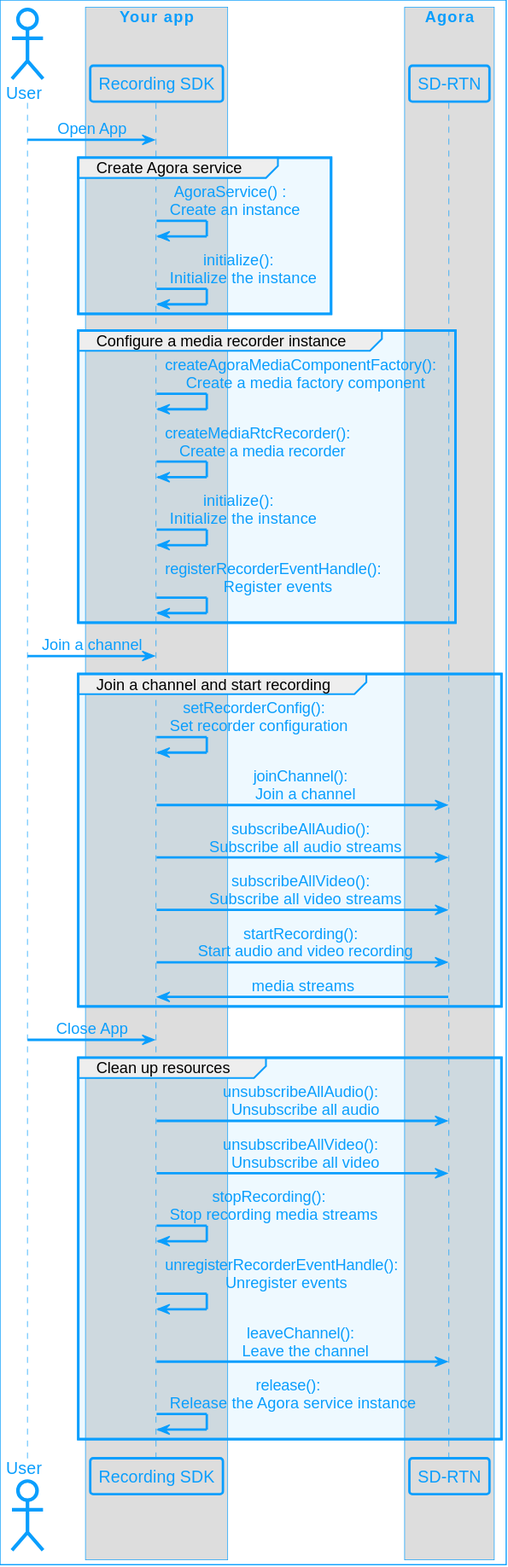
Above: assets/images/on-premise-recording/on-premise-recording-quickstart-logic-cpp.svg in AgoraIO/Docs-Source (PlantUML), before the change. The source it was exported from:
```plantuml
@startuml
!include agora_skin.iuml

actor "User" as USR

box "Your app"
participant "Recording SDK" as APP
end box

box "Agora"
participant "SD-RTN" as API
end box

USR -> APP: Open App

group Create Agora service
APP -> APP: AgoraService() : \n Create an instance
APP -> APP: initialize(): \n Initialize the instance
end

group Configure a media recorder instance
APP -> APP: createAgoraMediaComponentFactory(): \n Create a media factory component
APP -> APP: createMediaRtcRecorder(): \n Create a media recorder
APP -> APP: initialize(): \n Initialize the instance
APP -> APP: registerRecorderEventHandle(): \n Register events
end

USR -> APP: Join a channel

group Join a channel and start recording
APP -> APP: setRecorderConfig(): \n Set recorder configuration
APP -> API: joinChannel(): \n Join a channel
APP -> API: subscribeAllAudio(): \n Subscribe all audio streams
APP -> API: subscribeAllVideo(): \n Subscribe all video streams
APP -> API: startRecording(): \n Start audio and video recording
API -> APP: media streams
end

USR -> APP: Close App

group Clean up resources
APP -> API: unsubscribeAllAudio(): \n Unsubscribe all audio
APP -> API: unsubscribeAllVideo(): \n Unsubscribe all video
APP -> APP: stopRecording(): \n Stop recording media streams
APP -> APP: unregisterRecorderEventHandle(): \n Unregister events
APP -> API: leaveChannel(): \n Leave the channel
APP -> APP: release(): \n Release the Agora service instance
end
@enduml
```
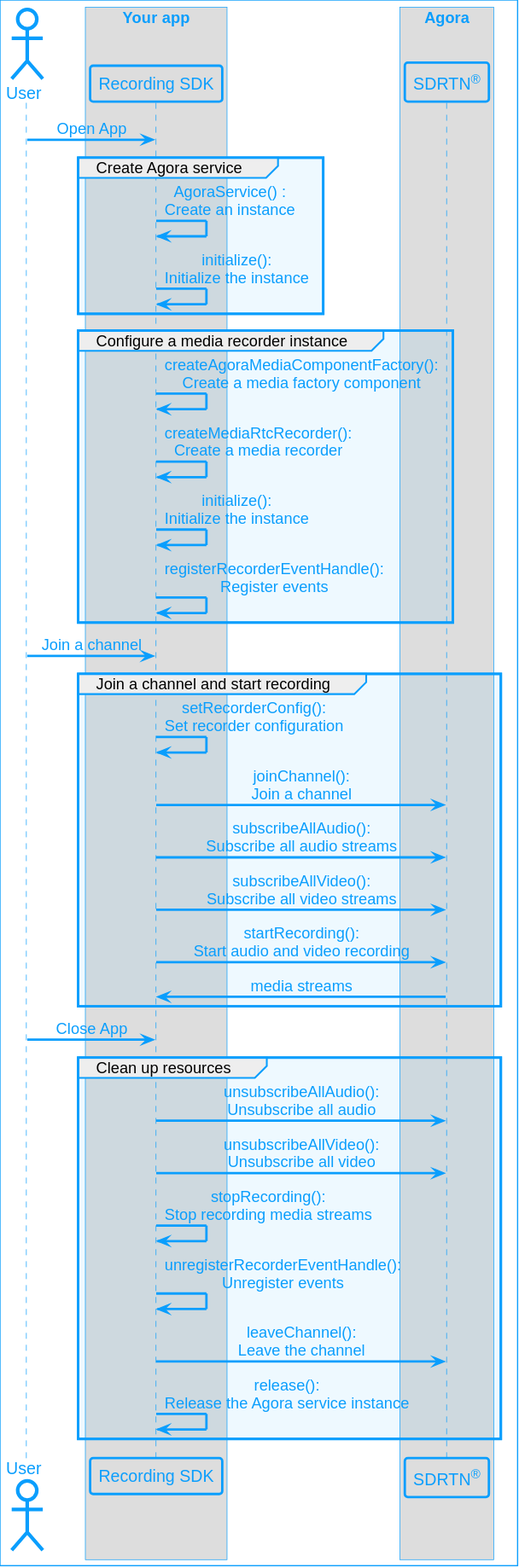
The same diagram one commit later.

Change to the diagram source:
```diff
@@ -8,42 +8,42 @@
 end box
 
 box "Agora"
-participant "SD-RTN" as API
+participant "SDRTN<sup>®</sup>" as API
 end box
 
 USR -> APP: Open App
 
 group Create Agora service
-APP -> APP: AgoraService() : \n Create an instance
-APP -> APP: initialize(): \n Initialize the instance
+APP -> APP: AgoraService() :\nCreate an instance
+APP -> APP: initialize():\nInitialize the instance
 end
 
 group Configure a media recorder instance
-APP -> APP: createAgoraMediaComponentFactory(): \n Create a media factory component
-APP -> APP: createMediaRtcRecorder(): \n Create a media recorder
-APP -> APP: initialize(): \n Initialize the instance
-APP -> APP: registerRecorderEventHandle(): \n Register events
+APP -> APP: createAgoraMediaComponentFactory():\nCreate a media factory component
+APP -> APP: createMediaRtcRecorder():\nCreate a media recorder
+APP -> APP: initialize():\nInitialize the instance
+APP -> APP: registerRecorderEventHandle():\nRegister events
 end
 
 USR -> APP: Join a channel
 
 group Join a channel and start recording
-APP -> APP: setRecorderConfig(): \n Set recorder configuration
-APP -> API: joinChannel(): \n Join a channel
-APP -> API: subscribeAllAudio(): \n Subscribe all audio streams
-APP -> API: subscribeAllVideo(): \n Subscribe all video streams
-APP -> API: startRecording(): \n Start audio and video recording
+APP -> APP: setRecorderConfig():\nSet recorder configuration
+APP -> API: joinChannel():\nJoin a channel
+APP -> API: subscribeAllAudio():\nSubscribe all audio streams
+APP -> API: subscribeAllVideo():\nSubscribe all video streams
+APP -> API: startRecording():\nStart audio and video recording
 API -> APP: media streams
 end
 
 USR -> APP: Close App
 
 group Clean up resources
-APP -> API: unsubscribeAllAudio(): \n Unsubscribe all audio
-APP -> API: unsubscribeAllVideo(): \n Unsubscribe all video
-APP -> APP: stopRecording(): \n Stop recording media streams
-APP -> APP: unregisterRecorderEventHandle(): \n Unregister events
-APP -> API: leaveChannel(): \n Leave the channel
-APP -> APP: release(): \n Release the Agora service instance
+APP -> API: unsubscribeAllAudio():\nUnsubscribe all audio
+APP -> API: unsubscribeAllVideo():\nUnsubscribe all video
+APP -> APP: stopRecording():\nStop recording media streams
+APP -> APP: unregisterRecorderEventHandle():\nUnregister events
+APP -> API: leaveChannel():\nLeave the channel
+APP -> APP: release():\nRelease the Agora service instance
 end
 @enduml
```
